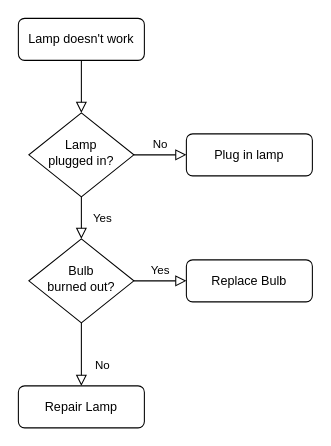
Above: multi-task.drawio in silan-liu/drawio (draw.io), before the change. Source tidied: cells renumbered, new cells numbered last; positions are measured from the earlier drawing's top-left corner, leaving out a move shared by most shapes. Both pictures are drawn from the tidied source at 105%, with x=0, y=0 at pixel (18, 18).
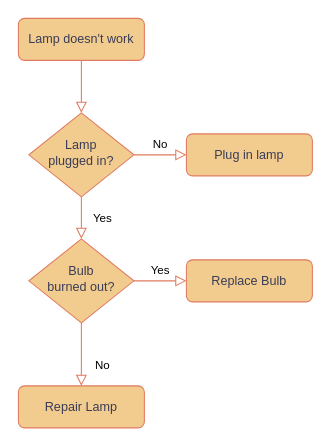
Above is the later version.

Change to the diagram source:
```diff
@@
 <mxGraphModel>
   <root>
     <mxCell id="0" />
     <mxCell id="1" parent="0" />
-    <mxCell id="2" style="rounded=0;html=1;jettySize=auto;fontSize=11;endArrow=block;endFill=0;endSize=8;strokeWidth=1;shadow=0;labelBackgroundColor=none;edgeStyle=orthogonalEdgeStyle;" parent="1" edge="1" source="3" target="6">
+    <mxCell id="2" style="rounded=0;html=1;jettySize=auto;fontSize=11;endArrow=block;endFill=0;endSize=8;strokeWidth=1;shadow=0;labelBackgroundColor=none;edgeStyle=orthogonalEdgeStyle;strokeColor=#E07A5F;fontColor=default;" parent="1" edge="1" source="3" target="6">
       <mxGeometry relative="1" as="geometry" />
     </mxCell>
-    <mxCell id="3" value="Lamp doesn't work" style="rounded=1;whiteSpace=wrap;html=1;fontSize=12;glass=0;strokeWidth=1;shadow=0;" parent="1" vertex="1">
+    <mxCell id="3" value="Lamp doesn't work" style="rounded=1;whiteSpace=wrap;html=1;fontSize=12;glass=0;strokeWidth=1;shadow=0;labelBackgroundColor=none;fillColor=#F2CC8F;strokeColor=#E07A5F;fontColor=#393C56;" parent="1" vertex="1">
       <mxGeometry width="120" height="40" as="geometry" />
     </mxCell>
-    <mxCell id="4" value="Yes" style="rounded=0;html=1;jettySize=auto;fontSize=11;endArrow=block;endFill=0;endSize=8;strokeWidth=1;shadow=0;labelBackgroundColor=none;edgeStyle=orthogonalEdgeStyle;" parent="1" edge="1" source="6" target="10">
+    <mxCell id="4" value="Yes" style="rounded=0;html=1;jettySize=auto;fontSize=11;endArrow=block;endFill=0;endSize=8;strokeWidth=1;shadow=0;labelBackgroundColor=none;edgeStyle=orthogonalEdgeStyle;strokeColor=#E07A5F;fontColor=default;" parent="1" edge="1" source="6" target="10">
       <mxGeometry y="20" relative="1" as="geometry" />
     </mxCell>
-    <mxCell id="5" value="No" style="edgeStyle=orthogonalEdgeStyle;rounded=0;html=1;jettySize=auto;fontSize=11;endArrow=block;endFill=0;endSize=8;strokeWidth=1;shadow=0;labelBackgroundColor=none;" parent="1" edge="1" source="6" target="7">
+    <mxCell id="5" value="No" style="edgeStyle=orthogonalEdgeStyle;rounded=0;html=1;jettySize=auto;fontSize=11;endArrow=block;endFill=0;endSize=8;strokeWidth=1;shadow=0;labelBackgroundColor=none;strokeColor=#E07A5F;fontColor=default;" parent="1" edge="1" source="6" target="7">
       <mxGeometry y="10" relative="1" as="geometry" />
     </mxCell>
-    <mxCell id="6" value="Lamp&lt;br&gt;plugged in?" style="rhombus;whiteSpace=wrap;html=1;shadow=0;fontFamily=Helvetica;fontSize=12;align=center;strokeWidth=1;spacing=6;spacingTop=-4;" parent="1" vertex="1">
+    <mxCell id="6" value="Lamp&lt;br&gt;plugged in?" style="rhombus;whiteSpace=wrap;html=1;shadow=0;fontFamily=Helvetica;fontSize=12;align=center;strokeWidth=1;spacing=6;spacingTop=-4;labelBackgroundColor=none;fillColor=#F2CC8F;strokeColor=#E07A5F;fontColor=#393C56;" parent="1" vertex="1">
       <mxGeometry x="10" y="90" width="100" height="80" as="geometry" />
     </mxCell>
-    <mxCell id="7" value="Plug in lamp" style="rounded=1;whiteSpace=wrap;html=1;fontSize=12;glass=0;strokeWidth=1;shadow=0;" parent="1" vertex="1">
+    <mxCell id="7" value="Plug in lamp" style="rounded=1;whiteSpace=wrap;html=1;fontSize=12;glass=0;strokeWidth=1;shadow=0;labelBackgroundColor=none;fillColor=#F2CC8F;strokeColor=#E07A5F;fontColor=#393C56;" parent="1" vertex="1">
       <mxGeometry x="160" y="110" width="120" height="40" as="geometry" />
     </mxCell>
-    <mxCell id="8" value="No" style="rounded=0;html=1;jettySize=auto;fontSize=11;endArrow=block;endFill=0;endSize=8;strokeWidth=1;shadow=0;labelBackgroundColor=none;edgeStyle=orthogonalEdgeStyle;" parent="1" edge="1" source="10" target="11">
+    <mxCell id="8" value="No" style="rounded=0;html=1;jettySize=auto;fontSize=11;endArrow=block;endFill=0;endSize=8;strokeWidth=1;shadow=0;labelBackgroundColor=none;edgeStyle=orthogonalEdgeStyle;strokeColor=#E07A5F;fontColor=default;" parent="1" edge="1" source="10" target="11">
       <mxGeometry x="0.33" y="20" relative="1" as="geometry" />
     </mxCell>
-    <mxCell id="9" value="Yes" style="edgeStyle=orthogonalEdgeStyle;rounded=0;html=1;jettySize=auto;fontSize=11;endArrow=block;endFill=0;endSize=8;strokeWidth=1;shadow=0;labelBackgroundColor=none;" parent="1" edge="1" source="10" target="12">
+    <mxCell id="9" value="Yes" style="edgeStyle=orthogonalEdgeStyle;rounded=0;html=1;jettySize=auto;fontSize=11;endArrow=block;endFill=0;endSize=8;strokeWidth=1;shadow=0;labelBackgroundColor=none;strokeColor=#E07A5F;fontColor=default;" parent="1" edge="1" source="10" target="12">
       <mxGeometry y="10" relative="1" as="geometry" />
     </mxCell>
-    <mxCell id="10" value="Bulb&lt;br&gt;burned out?" style="rhombus;whiteSpace=wrap;html=1;shadow=0;fontFamily=Helvetica;fontSize=12;align=center;strokeWidth=1;spacing=6;spacingTop=-4;" parent="1" vertex="1">
+    <mxCell id="10" value="Bulb&lt;br&gt;burned out?" style="rhombus;whiteSpace=wrap;html=1;shadow=0;fontFamily=Helvetica;fontSize=12;align=center;strokeWidth=1;spacing=6;spacingTop=-4;labelBackgroundColor=none;fillColor=#F2CC8F;strokeColor=#E07A5F;fontColor=#393C56;" parent="1" vertex="1">
       <mxGeometry x="10" y="210" width="100" height="80" as="geometry" />
     </mxCell>
-    <mxCell id="11" value="Repair Lamp" style="rounded=1;whiteSpace=wrap;html=1;fontSize=12;glass=0;strokeWidth=1;shadow=0;" parent="1" vertex="1">
+    <mxCell id="11" value="Repair Lamp" style="rounded=1;whiteSpace=wrap;html=1;fontSize=12;glass=0;strokeWidth=1;shadow=0;labelBackgroundColor=none;fillColor=#F2CC8F;strokeColor=#E07A5F;fontColor=#393C56;" parent="1" vertex="1">
       <mxGeometry y="350" width="120" height="40" as="geometry" />
     </mxCell>
-    <mxCell id="12" value="Replace Bulb" style="rounded=1;whiteSpace=wrap;html=1;fontSize=12;glass=0;strokeWidth=1;shadow=0;" parent="1" vertex="1">
+    <mxCell id="12" value="Replace Bulb" style="rounded=1;whiteSpace=wrap;html=1;fontSize=12;glass=0;strokeWidth=1;shadow=0;labelBackgroundColor=none;fillColor=#F2CC8F;strokeColor=#E07A5F;fontColor=#393C56;" parent="1" vertex="1">
       <mxGeometry x="160" y="230" width="120" height="40" as="geometry" />
     </mxCell>
   </root>
 </mxGraphModel>
```
